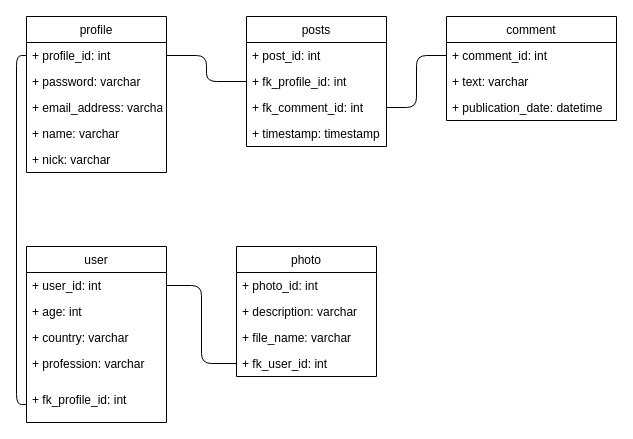
This is page "Third_Norm_Form" (4 of 4) of social_network.drawio from e-karov/MySQL-v17.0, a draw.io file, before an edit. Source tidied: cells renumbered, new cells numbered last; positions are measured from the earlier drawing's top-left corner, leaving out a move shared by most shapes. Both pictures are drawn from the tidied source at 100%, with x=0, y=0 at pixel (26, 16).
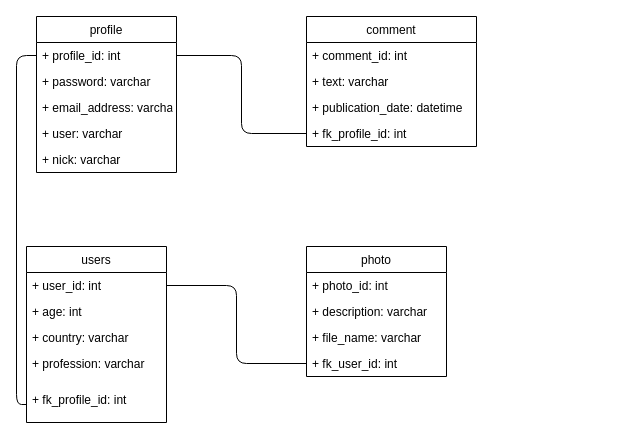
After the change.

Unchanged cells that the change refers to:
```xml
<mxCell id="9" value="+ profile_id: int" style="text;strokeColor=none;fillColor=none;align=left;verticalAlign=top;spacingLeft=4;spacingRight=4;overflow=hidden;points=[[0,0.5],[1,0.5]];portConstraint=eastwest;" parent="8" vertex="1">
  <mxGeometry y="26" width="140" height="26" as="geometry" />
</mxCell>
<mxCell id="20" value="+ comment_id: int" style="text;strokeColor=none;fillColor=none;align=left;verticalAlign=top;spacingLeft=4;spacingRight=4;overflow=hidden;points=[[0,0.5],[1,0.5]];portConstraint=eastwest;" parent="19" vertex="1">
  <mxGeometry y="26" width="170" height="26" as="geometry" />
</mxCell>
```

Diff of the diagram source:
```diff
@@
-    <mxCell id="2" value="user" style="swimlane;fontStyle=0;horizontal=1;startSize=26;fillColor=none;" parent="1" vertex="1">
+    <mxCell id="2" value="users" style="swimlane;fontStyle=0;horizontal=1;startSize=26;fillColor=none;" parent="1" vertex="1">
       <mxGeometry y="230" width="140" height="176" as="geometry" />
     </mxCell>
@@
     <mxCell id="8" value="profile" style="swimlane;fontStyle=0;horizontal=1;startSize=26;fillColor=none;" parent="1" vertex="1">
-      <mxGeometry width="140" height="156" as="geometry" />
+      <mxGeometry x="10" width="140" height="156" as="geometry" />
     </mxCell>
@@
-    <mxCell id="12" value="+ name: varchar" style="text;strokeColor=none;fillColor=none;align=left;verticalAlign=top;spacingLeft=4;spacingRight=4;overflow=hidden;" parent="8" vertex="1">
+    <mxCell id="12" value="+ user: varchar" style="text;strokeColor=none;fillColor=none;align=left;verticalAlign=top;spacingLeft=4;spacingRight=4;overflow=hidden;" parent="8" vertex="1">
       <mxGeometry y="104" width="140" height="26" as="geometry" />
     </mxCell>
@@
-    <mxCell id="14" value="posts" style="swimlane;fontStyle=0;horizontal=1;startSize=26;fillColor=none;" parent="1" vertex="1">
-      <mxGeometry x="220" width="140" height="130" as="geometry" />
-    </mxCell>
-    <mxCell id="15" value="+ post_id: int" style="text;strokeColor=none;fillColor=none;align=left;verticalAlign=top;spacingLeft=4;spacingRight=4;overflow=hidden;" parent="14" vertex="1">
-      <mxGeometry y="26" width="140" height="26" as="geometry" />
-    </mxCell>
-    <mxCell id="16" value="+ fk_profile_id: int" style="text;strokeColor=none;fillColor=none;align=left;verticalAlign=top;spacingLeft=4;spacingRight=4;overflow=hidden;points=[[0,0.5],[1,0.5]];portConstraint=eastwest;" parent="14" vertex="1">
-      <mxGeometry y="52" width="140" height="26" as="geometry" />
-    </mxCell>
-    <mxCell id="17" value="+ fk_comment_id: int" style="text;strokeColor=none;fillColor=none;align=left;verticalAlign=top;spacingLeft=4;spacingRight=4;overflow=hidden;points=[[0,0.5],[1,0.5]];portConstraint=eastwest;" parent="14" vertex="1">
-      <mxGeometry y="78" width="140" height="26" as="geometry" />
-    </mxCell>
-    <mxCell id="18" value="+ timestamp: timestamp" style="text;strokeColor=none;fillColor=none;align=left;verticalAlign=top;spacingLeft=4;spacingRight=4;overflow=hidden;" parent="14" vertex="1">
-      <mxGeometry y="104" width="140" height="26" as="geometry" />
-    </mxCell>
     <mxCell id="19" value="comment" style="swimlane;fontStyle=0;horizontal=1;startSize=26;fillColor=none;" parent="1" vertex="1">
-      <mxGeometry x="420" width="170" height="104" as="geometry" />
+      <mxGeometry x="280" width="170" height="130" as="geometry" />
     </mxCell>
@@
+    <mxCell id="16" value="+ fk_profile_id: int" style="text;strokeColor=none;fillColor=none;align=left;verticalAlign=top;spacingLeft=4;spacingRight=4;overflow=hidden;points=[[0,0.5],[1,0.5]];portConstraint=eastwest;" parent="19" vertex="1">
+      <mxGeometry y="104" width="170" height="26" as="geometry" />
+    </mxCell>
     <mxCell id="23" value="photo" style="swimlane;fontStyle=0;horizontal=1;startSize=26;fillColor=none;" parent="1" vertex="1">
-      <mxGeometry x="210" y="230" width="140" height="130" as="geometry" />
+      <mxGeometry x="280" y="230" width="140" height="130" as="geometry" />
     </mxCell>
@@
-    <mxCell id="28" style="edgeStyle=orthogonalEdgeStyle;html=1;exitX=1;exitY=0.5;exitDx=0;exitDy=0;entryX=0;entryY=0.5;entryDx=0;entryDy=0;endArrow=none;endFill=0;" parent="1" edge="1" source="9" target="16">
-      <mxGeometry relative="1" as="geometry" />
-    </mxCell>
-    <mxCell id="29" style="edgeStyle=orthogonalEdgeStyle;html=1;exitX=1;exitY=0.5;exitDx=0;exitDy=0;entryX=0;entryY=0.5;entryDx=0;entryDy=0;endArrow=none;endFill=0;" parent="1" edge="1" source="17" target="20">
-      <mxGeometry relative="1" as="geometry" />
-    </mxCell>
@@
+    <mxCell id="28" style="edgeStyle=orthogonalEdgeStyle;html=1;exitX=1;exitY=0.5;exitDx=0;exitDy=0;entryX=0;entryY=0.5;entryDx=0;entryDy=0;endArrow=none;endFill=0;" parent="1" edge="1" source="9" target="16">
+      <mxGeometry relative="1" as="geometry" />
+    </mxCell>
```
